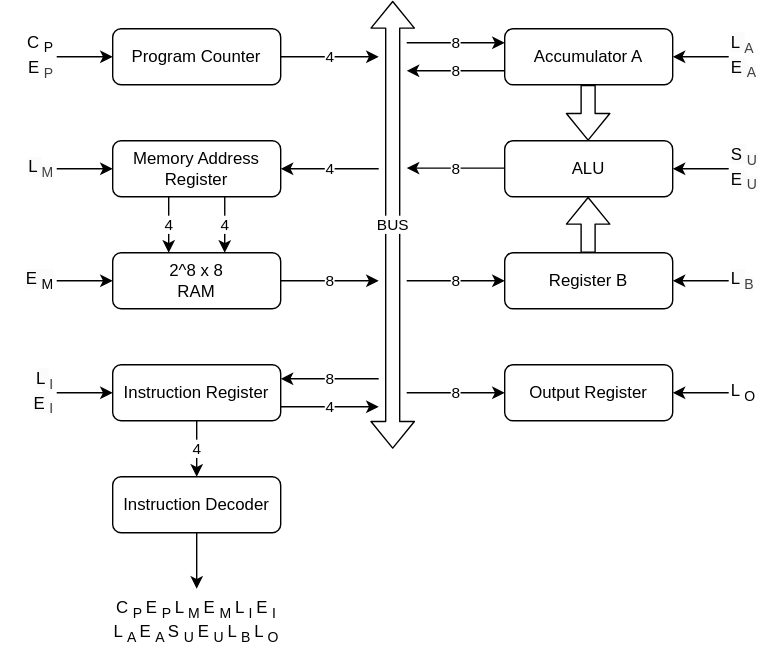
This is doc/sap1_architecture.drawio.svg from JHertz5/lil_cpu, a draw.io export, as it was before one commit. Source tidied: cells renumbered, new cells last; positions are measured from the earlier drawing's top-left corner, leaving out a move shared by most shapes.
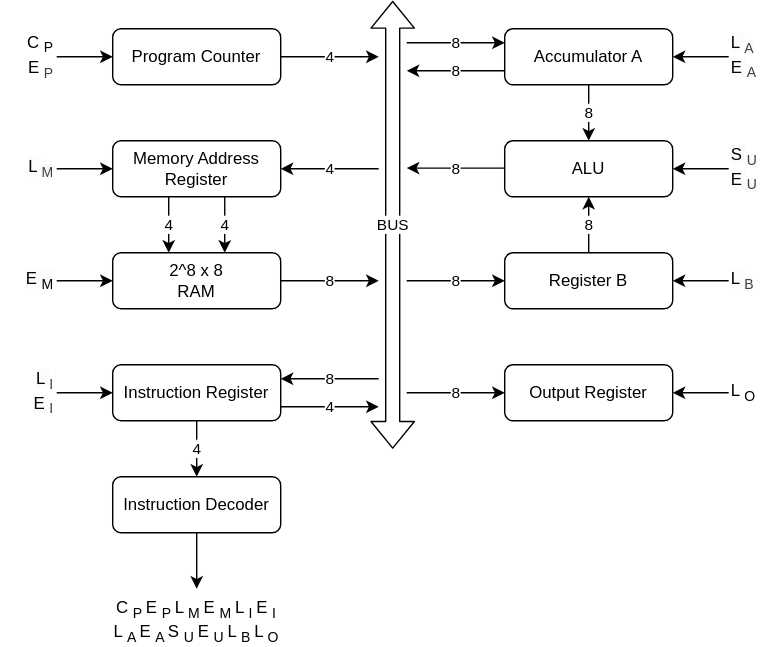
After the commit.

Commit message:
#13 Corrected top-level diagram.

Diff of the diagram source:
```diff
@@ -34,18 +34,6 @@
         <mxPoint x="280" as="targetPoint" />
       </mxGeometry>
     </mxCell>
-    <mxCell id="11" style="shape=flexArrow;endArrow=classic;html=1;entryX=0.5;entryY=0;entryDx=0;entryDy=0;" parent="1" edge="1">
-      <mxGeometry relative="1" as="geometry">
-        <mxPoint x="419.6" y="60" as="sourcePoint" />
-        <mxPoint x="419.6" y="100" as="targetPoint" />
-      </mxGeometry>
-    </mxCell>
-    <mxCell id="12" style="shape=flexArrow;endArrow=classic;html=1;entryX=0.5;entryY=0;entryDx=0;entryDy=0;" parent="1" edge="1">
-      <mxGeometry relative="1" as="geometry">
-        <mxPoint x="419.6" y="180" as="sourcePoint" />
-        <mxPoint x="419.6" y="140" as="targetPoint" />
-      </mxGeometry>
-    </mxCell>
     <mxCell id="13" value="Program Counter" style="rounded=1;whiteSpace=wrap;html=1;" parent="1" vertex="1">
       <mxGeometry x="80" y="20" width="120" height="40" as="geometry" />
     </mxCell>
@@ -204,5 +192,17 @@
         <mxPoint x="480" y="280" as="targetPoint" />
       </mxGeometry>
     </mxCell>
+    <mxCell id="45" value="8" style="html=1;" parent="1" edge="1">
+      <mxGeometry relative="1" as="geometry">
+        <mxPoint x="420" y="60" as="sourcePoint" />
+        <mxPoint x="420" y="100" as="targetPoint" />
+      </mxGeometry>
+    </mxCell>
+    <mxCell id="46" value="8" style="html=1;" parent="1" edge="1">
+      <mxGeometry relative="1" as="geometry">
+        <mxPoint x="420" y="180" as="sourcePoint" />
+        <mxPoint x="420" y="140" as="targetPoint" />
+      </mxGeometry>
+    </mxCell>
   </root>
 </mxGraphModel>
```
